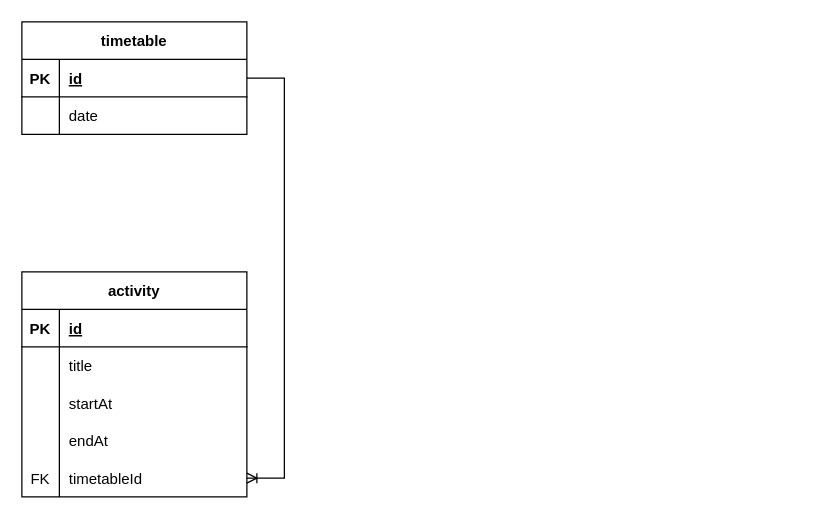
This is backend/DB_diagrams/diagram.drawio from PavKiki/Tracking-the-activity-of-children-in-field-camps, a draw.io file, before an edit. Source tidied: cells renumbered, new cells numbered last; positions are measured from the earlier drawing's top-left corner, leaving out a move shared by most shapes. Both pictures are drawn from the tidied source at 125%, with x=0, y=0 at pixel (21, 21).
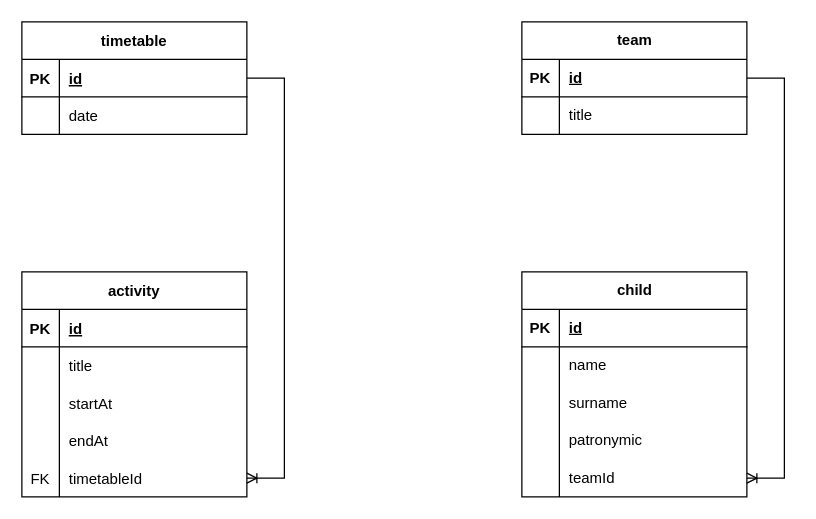
The same page after the edit.

The edit, as a diff of the source:
```diff
@@
+    <mxCell id="26" value="team" style="shape=table;startSize=30;childLayout=tableLayout;rowLines=0;fontStyle=1;align=center;html=1;" parent="1" vertex="1">
+      <mxGeometry x="400" width="180" height="90" as="geometry" />
+    </mxCell>
+    <mxCell id="27" style="shape=tableRow;horizontal=0;startSize=0;swimlaneHead=0;swimlaneBody=0;fillColor=none;points=[[0,0.5],[1,0.5]];portConstraint=eastwest;top=0;left=0;right=0;bottom=1;" parent="26" vertex="1">
+      <mxGeometry y="30" width="180" height="30" as="geometry" />
+    </mxCell>
+    <mxCell id="28" value="PK" style="shape=partialRectangle;fillColor=none;top=0;left=0;bottom=0;right=0;fontStyle=1;overflow=hidden;whiteSpace=wrap;html=1;" parent="27" vertex="1">
+      <mxGeometry width="30" height="30" as="geometry" />
+    </mxCell>
+    <mxCell id="29" value="id" style="shape=partialRectangle;fillColor=none;top=0;left=0;bottom=0;right=0;align=left;spacingLeft=6;fontStyle=5;overflow=hidden;whiteSpace=wrap;html=1;" parent="27" vertex="1">
+      <mxGeometry x="30" width="150" height="30" as="geometry" />
+    </mxCell>
+    <mxCell id="30" style="shape=tableRow;horizontal=0;startSize=0;swimlaneHead=0;swimlaneBody=0;fillColor=none;top=0;left=0;right=0;bottom=0;" parent="26" vertex="1">
+      <mxGeometry y="60" width="180" height="30" as="geometry" />
+    </mxCell>
+    <mxCell id="31" style="shape=partialRectangle;fillColor=none;top=0;left=0;bottom=0;right=0;overflow=hidden;whiteSpace=wrap;html=1;" parent="30" vertex="1">
+      <mxGeometry width="30" height="30" as="geometry" />
+    </mxCell>
+    <mxCell id="32" value="title" style="shape=partialRectangle;fillColor=none;top=0;left=0;bottom=0;right=0;align=left;spacingLeft=6;overflow=hidden;whiteSpace=wrap;html=1;" parent="30" vertex="1">
+      <mxGeometry x="30" width="150" height="30" as="geometry" />
+    </mxCell>
+    <mxCell id="33" value="child" style="shape=table;startSize=30;childLayout=tableLayout;rowLines=0;fontStyle=1;align=center;html=1;" parent="1" vertex="1">
+      <mxGeometry x="400" y="200" width="180" height="180" as="geometry" />
+    </mxCell>
+    <mxCell id="34" style="shape=tableRow;horizontal=0;startSize=0;swimlaneHead=0;swimlaneBody=0;fillColor=none;top=0;left=0;right=0;bottom=1;" parent="33" vertex="1">
+      <mxGeometry y="30" width="180" height="30" as="geometry" />
+    </mxCell>
+    <mxCell id="35" value="PK" style="shape=partialRectangle;fillColor=none;top=0;left=0;bottom=0;right=0;fontStyle=1;overflow=hidden;whiteSpace=wrap;html=1;" parent="34" vertex="1">
+      <mxGeometry width="30" height="30" as="geometry" />
+    </mxCell>
+    <mxCell id="36" value="id" style="shape=partialRectangle;fillColor=none;top=0;left=0;bottom=0;right=0;align=left;spacingLeft=6;fontStyle=5;overflow=hidden;whiteSpace=wrap;html=1;" parent="34" vertex="1">
+      <mxGeometry x="30" width="150" height="30" as="geometry" />
+    </mxCell>
+    <mxCell id="37" style="shape=tableRow;horizontal=0;startSize=0;swimlaneHead=0;swimlaneBody=0;fillColor=none;top=0;left=0;right=0;bottom=0;" parent="33" vertex="1">
+      <mxGeometry y="60" width="180" height="30" as="geometry" />
+    </mxCell>
+    <mxCell id="38" style="shape=partialRectangle;fillColor=none;top=0;left=0;bottom=0;right=0;overflow=hidden;whiteSpace=wrap;html=1;" parent="37" vertex="1">
+      <mxGeometry width="30" height="30" as="geometry" />
+    </mxCell>
+    <mxCell id="39" value="name" style="shape=partialRectangle;fillColor=none;top=0;left=0;bottom=0;right=0;align=left;spacingLeft=6;overflow=hidden;whiteSpace=wrap;html=1;" parent="37" vertex="1">
+      <mxGeometry x="30" width="150" height="30" as="geometry" />
+    </mxCell>
+    <mxCell id="40" style="shape=tableRow;horizontal=0;startSize=0;swimlaneHead=0;swimlaneBody=0;fillColor=none;top=0;left=0;right=0;bottom=0;" parent="33" vertex="1">
+      <mxGeometry y="90" width="180" height="30" as="geometry" />
+    </mxCell>
+    <mxCell id="41" style="shape=partialRectangle;fillColor=none;top=0;left=0;bottom=0;right=0;overflow=hidden;whiteSpace=wrap;html=1;" parent="40" vertex="1">
+      <mxGeometry width="30" height="30" as="geometry" />
+    </mxCell>
+    <mxCell id="42" value="surname" style="shape=partialRectangle;fillColor=none;top=0;left=0;bottom=0;right=0;align=left;spacingLeft=6;overflow=hidden;whiteSpace=wrap;html=1;" parent="40" vertex="1">
+      <mxGeometry x="30" width="150" height="30" as="geometry" />
+    </mxCell>
+    <mxCell id="43" style="shape=tableRow;horizontal=0;startSize=0;swimlaneHead=0;swimlaneBody=0;fillColor=none;top=0;left=0;right=0;bottom=0;" parent="33" vertex="1">
+      <mxGeometry y="120" width="180" height="30" as="geometry" />
+    </mxCell>
+    <mxCell id="44" style="shape=partialRectangle;fillColor=none;top=0;left=0;bottom=0;right=0;overflow=hidden;whiteSpace=wrap;html=1;" parent="43" vertex="1">
+      <mxGeometry width="30" height="30" as="geometry" />
+    </mxCell>
+    <mxCell id="45" value="patronymic" style="shape=partialRectangle;fillColor=none;top=0;left=0;bottom=0;right=0;align=left;spacingLeft=6;overflow=hidden;whiteSpace=wrap;html=1;" parent="43" vertex="1">
+      <mxGeometry x="30" width="150" height="30" as="geometry" />
+    </mxCell>
+    <mxCell id="46" style="shape=tableRow;horizontal=0;startSize=0;swimlaneHead=0;swimlaneBody=0;fillColor=none;points=[[0,0.5],[1,0.5]];portConstraint=eastwest;top=0;left=0;right=0;bottom=0;" parent="33" vertex="1">
+      <mxGeometry y="150" width="180" height="30" as="geometry" />
+    </mxCell>
+    <mxCell id="47" style="shape=partialRectangle;fillColor=none;top=0;left=0;bottom=0;right=0;overflow=hidden;whiteSpace=wrap;html=1;" parent="46" vertex="1">
+      <mxGeometry width="30" height="30" as="geometry" />
+    </mxCell>
+    <mxCell id="48" value="teamId" style="shape=partialRectangle;fillColor=none;top=0;left=0;bottom=0;right=0;align=left;spacingLeft=6;overflow=hidden;whiteSpace=wrap;html=1;" parent="46" vertex="1">
+      <mxGeometry x="30" width="150" height="30" as="geometry" />
+    </mxCell>
+    <mxCell id="49" style="edgeStyle=entityRelationEdgeStyle;fontSize=12;html=1;endArrow=ERoneToMany;rounded=0;exitX=1;exitY=0.5;exitDx=0;exitDy=0;entryX=1;entryY=0.5;entryDx=0;entryDy=0;" parent="1" edge="1" source="27" target="46">
+      <mxGeometry relative="1" as="geometry" />
+    </mxCell>
```
